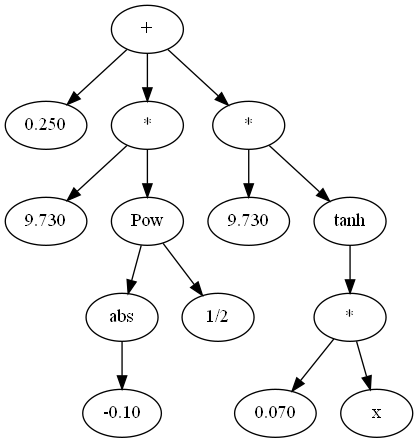
Guilherme-Ataliba/CSOWP-Symbolic-Regression keeps this Graphviz diagram as algorithms/Outputs/Tests_analysis/trees/tree-50-3.gv.png. Above is the earlier version. Its source is kept beside it as algorithms/Outputs/Tests_analysis/trees/tree-50-3.gv.
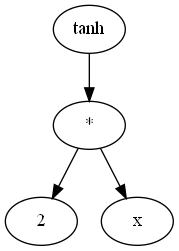
After the commit.

What changed in the source:
```diff
@@ -4,33 +4,13 @@
 "rankdir"="TD"
 
 
-"+(Float((0, 1, -2, 1), 53), *(Float((0, 2738751523394683, -48, 52), 53), Pow(abs(Float((1, 3602879701896397, -55, 52), 53)), Half())), *(Float((0, 2738751523394683, -48, 52), 53), tanh(*(Float((0, 1261007895663739, -54, 51), 53), Symbol(x)))))_()" ["color"="black", "label"="+", "shape"="ellipse"];
-"Float((0, 1, -2, 1), 53)_(0,)" ["color"="black", "label"="0.250", "shape"="ellipse"];
-"*(Float((0, 2738751523394683, -48, 52), 53), Pow(abs(Float((1, 3602879701896397, -55, 52), 53)), Half()))_(1,)" ["color"="black", "label"="*", "shape"="ellipse"];
-"Float((0, 2738751523394683, -48, 52), 53)_(1, 0)" ["color"="black", "label"="9.730", "shape"="ellipse"];
-"Pow(abs(Float((1, 3602879701896397, -55, 52), 53)), Half())_(1, 1)" ["color"="black", "label"="Pow", "shape"="ellipse"];
-"abs(Float((1, 3602879701896397, -55, 52), 53))_(1, 1, 0)" ["color"="black", "label"="abs", "shape"="ellipse"];
-"Float((1, 3602879701896397, -55, 52), 53)_(1, 1, 0, 0)" ["color"="black", "label"="-0.10", "shape"="ellipse"];
-"Half()_(1, 1, 1)" ["color"="black", "label"="1/2", "shape"="ellipse"];
-"*(Float((0, 2738751523394683, -48, 52), 53), tanh(*(Float((0, 1261007895663739, -54, 51), 53), Symbol(x))))_(2,)" ["color"="black", "label"="*", "shape"="ellipse"];
-"Float((0, 2738751523394683, -48, 52), 53)_(2, 0)" ["color"="black", "label"="9.730", "shape"="ellipse"];
-"tanh(*(Float((0, 1261007895663739, -54, 51), 53), Symbol(x)))_(2, 1)" ["color"="black", "label"="tanh", "shape"="ellipse"];
-"*(Float((0, 1261007895663739, -54, 51), 53), Symbol(x))_(2, 1, 0)" ["color"="black", "label"="*", "shape"="ellipse"];
-"Float((0, 1261007895663739, -54, 51), 53)_(2, 1, 0, 0)" ["color"="black", "label"="0.070", "shape"="ellipse"];
-"Symbol(x)_(2, 1, 0, 1)" ["color"="black", "label"="x", "shape"="ellipse"];
+"tanh(*(Integer(2), Symbol(x)))_()" ["color"="black", "label"="tanh", "shape"="ellipse"];
+"*(Integer(2), Symbol(x))_(0,)" ["color"="black", "label"="*", "shape"="ellipse"];
+"Integer(2)_(0, 0)" ["color"="black", "label"="2", "shape"="ellipse"];
+"Symbol(x)_(0, 1)" ["color"="black", "label"="x", "shape"="ellipse"];
 
 
-"+(Float((0, 1, -2, 1), 53), *(Float((0, 2738751523394683, -48, 52), 53), Pow(abs(Float((1, 3602879701896397, -55, 52), 53)), Half())), *(Float((0, 2738751523394683, -48, 52), 53), tanh(*(Float((0, 1261007895663739, -54, 51), 53), Symbol(x)))))_()" -> "Float((0, 1, -2, 1), 53)_(0,)";
-"+(Float((0, 1, -2, 1), 53), *(Float((0, 2738751523394683, -48, 52), 53), Pow(abs(Float((1, 3602879701896397, -55, 52), 53)), Half())), *(Float((0, 2738751523394683, -48, 52), 53), tanh(*(Float((0, 1261007895663739, -54, 51), 53), Symbol(x)))))_()" -> "*(Float((0, 2738751523394683, -48, 52), 53), Pow(abs(Float((1, 3602879701896397, -55, 52), 53)), Half()))_(1,)";
-"+(Float((0, 1, -2, 1), 53), *(Float((0, 2738751523394683, -48, 52), 53), Pow(abs(Float((1, 3602879701896397, -55, 52), 53)), Half())), *(Float((0, 2738751523394683, -48, 52), 53), tanh(*(Float((0, 1261007895663739, -54, 51), 53), Symbol(x)))))_()" -> "*(Float((0, 2738751523394683, -48, 52), 53), tanh(*(Float((0, 1261007895663739, -54, 51), 53), Symbol(x))))_(2,)";
-"*(Float((0, 2738751523394683, -48, 52), 53), Pow(abs(Float((1, 3602879701896397, -55, 52), 53)), Half()))_(1,)" -> "Float((0, 2738751523394683, -48, 52), 53)_(1, 0)";
-"*(Float((0, 2738751523394683, -48, 52), 53), Pow(abs(Float((1, 3602879701896397, -55, 52), 53)), Half()))_(1,)" -> "Pow(abs(Float((1, 3602879701896397, -55, 52), 53)), Half())_(1, 1)";
-"Pow(abs(Float((1, 3602879701896397, -55, 52), 53)), Half())_(1, 1)" -> "abs(Float((1, 3602879701896397, -55, 52), 53))_(1, 1, 0)";
-"Pow(abs(Float((1, 3602879701896397, -55, 52), 53)), Half())_(1, 1)" -> "Half()_(1, 1, 1)";
-"abs(Float((1, 3602879701896397, -55, 52), 53))_(1, 1, 0)" -> "Float((1, 3602879701896397, -55, 52), 53)_(1, 1, 0, 0)";
-"*(Float((0, 2738751523394683, -48, 52), 53), tanh(*(Float((0, 1261007895663739, -54, 51), 53), Symbol(x))))_(2,)" -> "Float((0, 2738751523394683, -48, 52), 53)_(2, 0)";
-"*(Float((0, 2738751523394683, -48, 52), 53), tanh(*(Float((0, 1261007895663739, -54, 51), 53), Symbol(x))))_(2,)" -> "tanh(*(Float((0, 1261007895663739, -54, 51), 53), Symbol(x)))_(2, 1)";
-"tanh(*(Float((0, 1261007895663739, -54, 51), 53), Symbol(x)))_(2, 1)" -> "*(Float((0, 1261007895663739, -54, 51), 53), Symbol(x))_(2, 1, 0)";
-"*(Float((0, 1261007895663739, -54, 51), 53), Symbol(x))_(2, 1, 0)" -> "Float((0, 1261007895663739, -54, 51), 53)_(2, 1, 0, 0)";
-"*(Float((0, 1261007895663739, -54, 51), 53), Symbol(x))_(2, 1, 0)" -> "Symbol(x)_(2, 1, 0, 1)";
+"tanh(*(Integer(2), Symbol(x)))_()" -> "*(Integer(2), Symbol(x))_(0,)";
+"*(Integer(2), Symbol(x))_(0,)" -> "Integer(2)_(0, 0)";
+"*(Integer(2), Symbol(x))_(0,)" -> "Symbol(x)_(0, 1)";
 }
```
